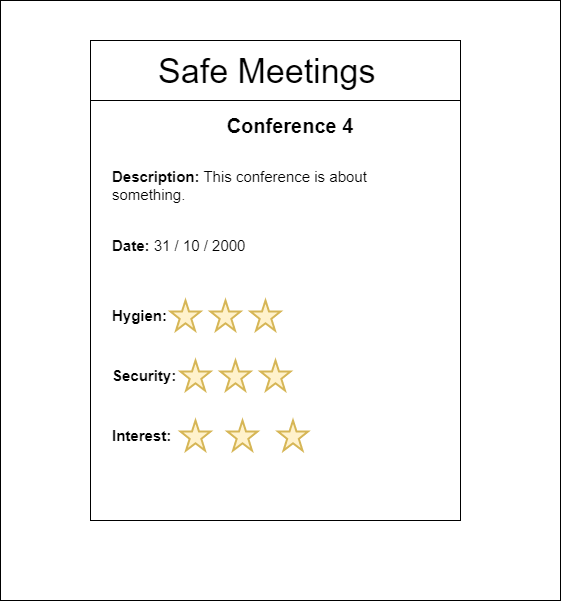
Above: images/mockup_info_screen.png in FEUP-ESOF-2020-21/open-cx-t2g2-teamnamenotfound (draw.io), before the change. Source tidied: cells renumbered, new cells last; positions are measured from the earlier drawing's top-left corner, leaving out a move shared by most shapes.
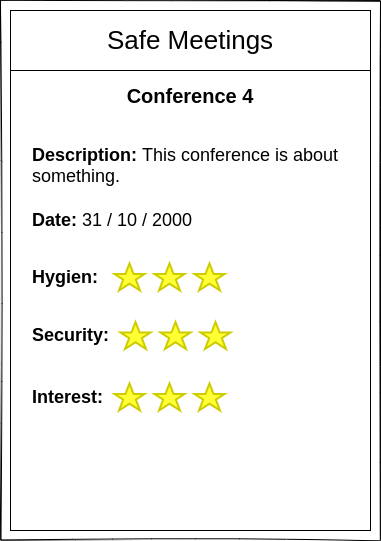
After the commit.

Diff of the diagram source:
```diff
@@ -2,65 +2,59 @@
   <root>
     <mxCell id="0" />
     <mxCell id="1" parent="0" />
-    <mxCell id="2" style="rounded=0;whiteSpace=wrap;html=1;strokeWidth=1;" parent="1" vertex="1">
-      <mxGeometry width="560" height="600" as="geometry" />
-    </mxCell>
-    <mxCell id="3" value="&lt;font style=&quot;font-size: 17px&quot;&gt;&lt;b&gt;Text&lt;/b&gt;&lt;/font&gt;" style="text;html=1;strokeColor=none;fillColor=none;align=center;verticalAlign=middle;whiteSpace=wrap;rounded=0;" parent="1" vertex="1">
-      <mxGeometry x="235" y="110" width="115" height="60" as="geometry" />
-    </mxCell>
-    <mxCell id="4" style="rounded=0;whiteSpace=wrap;html=1;" parent="1" vertex="1">
-      <mxGeometry x="90" y="40" width="370" height="60" as="geometry" />
-    </mxCell>
+    <mxCell id="22" style="rounded=0;whiteSpace=wrap;html=1;shadow=0;labelBackgroundColor=none;sketch=1;strokeColor=#000000;fillColor=#ffffff;fontSize=26;align=center;fontColor=#FFFFFF;" parent="1" vertex="1">
+      <mxGeometry x="-380" y="60" width="380" height="540" as="geometry" />
+    </mxCell>
+    <mxCell id="23" style="rounded=0;whiteSpace=wrap;html=1;verticalAlign=middle;" parent="1" vertex="1">
+      <mxGeometry x="-370" y="70" width="360" height="520" as="geometry" />
+    </mxCell>
-    <mxCell id="5" value="&lt;div&gt;&lt;span style=&quot;font-size: 34px&quot;&gt;&amp;nbsp; &amp;nbsp; &amp;nbsp; &amp;nbsp;Safe Meetings&lt;/span&gt;&lt;/div&gt;" style="text;html=1;strokeColor=none;fillColor=none;align=left;verticalAlign=middle;whiteSpace=wrap;rounded=0;strokeWidth=2;" parent="1" vertex="1">
-      <mxGeometry x="90" y="40" width="370" height="60" as="geometry" />
+    <mxCell id="5" value="Safe Meetings" style="rounded=0;whiteSpace=wrap;html=1;fontSize=26;" parent="1" vertex="1">
+      <mxGeometry x="-370" y="70" width="360" height="60" as="geometry" />
     </mxCell>
-    <mxCell id="6" style="rounded=0;whiteSpace=wrap;html=1;strokeWidth=1;" parent="1" vertex="1">
-      <mxGeometry x="90" y="100" width="370" height="420" as="geometry" />
-    </mxCell>
-    <mxCell id="7" value="&lt;b&gt;&lt;font style=&quot;font-size: 20px&quot;&gt;Conference 4&lt;/font&gt;&lt;/b&gt;" style="text;html=1;strokeColor=none;fillColor=none;align=center;verticalAlign=middle;whiteSpace=wrap;rounded=0;" parent="1" vertex="1">
-      <mxGeometry x="210" y="110" width="160" height="30" as="geometry" />
+    <mxCell id="7" value="&lt;span style=&quot;font-size: 20px;&quot;&gt;&lt;span style=&quot;font-size: 20px;&quot;&gt;&lt;font style=&quot;font-size: 20px;&quot;&gt;Conference 4&lt;/font&gt;&lt;/span&gt;&lt;/span&gt;" style="text;html=1;strokeColor=none;fillColor=none;align=center;verticalAlign=middle;whiteSpace=wrap;rounded=0;sketch=0;fontSize=20;fontStyle=1;" parent="1" vertex="1">
+      <mxGeometry x="-370" y="130" width="360" height="50" as="geometry" />
     </mxCell>
-    <mxCell id="8" value="&lt;font style=&quot;font-size: 15px&quot;&gt;&lt;b&gt;Description:&lt;/b&gt;&amp;nbsp;This conference is about something.&lt;/font&gt;" style="text;html=1;strokeColor=none;fillColor=none;align=left;verticalAlign=middle;whiteSpace=wrap;rounded=0;" parent="1" vertex="1">
-      <mxGeometry x="110" y="160" width="270" height="50" as="geometry" />
+    <mxCell id="8" value="&lt;font style=&quot;font-size: 18px&quot;&gt;&lt;b&gt;Description: &lt;/b&gt;This conference is about something.&lt;br&gt;&lt;/font&gt;" style="text;html=1;strokeColor=none;fillColor=none;align=left;verticalAlign=middle;whiteSpace=wrap;rounded=0;sketch=0;fontSize=15;" parent="1" vertex="1">
+      <mxGeometry x="-350" y="200" width="320" height="50" as="geometry" />
     </mxCell>
-    <mxCell id="9" value="&lt;font style=&quot;font-size: 15px&quot;&gt;&lt;b&gt;Date:&lt;/b&gt;&amp;nbsp;31 / 10 / 2000&lt;/font&gt;" style="text;html=1;strokeColor=none;fillColor=none;align=left;verticalAlign=middle;whiteSpace=wrap;rounded=0;" parent="1" vertex="1">
-      <mxGeometry x="110" y="220" width="270" height="50" as="geometry" />
+    <mxCell id="9" value="&lt;font style=&quot;font-size: 18px&quot;&gt;&lt;b&gt;Date: &lt;/b&gt;31 / 10 / 2000&lt;br&gt;&lt;/font&gt;" style="text;html=1;strokeColor=none;fillColor=none;align=left;verticalAlign=middle;whiteSpace=wrap;rounded=0;sketch=0;fontSize=15;" parent="1" vertex="1">
+      <mxGeometry x="-350" y="270" width="320" height="20" as="geometry" />
     </mxCell>
-    <mxCell id="10" value="&lt;font style=&quot;font-size: 15px&quot;&gt;&lt;b&gt;Hygien:&lt;/b&gt;&amp;nbsp;&lt;/font&gt;" style="text;html=1;strokeColor=none;fillColor=none;align=left;verticalAlign=middle;whiteSpace=wrap;rounded=0;" parent="1" vertex="1">
-      <mxGeometry x="110" y="290" width="270" height="50" as="geometry" />
+    <mxCell id="10" value="&lt;font style=&quot;font-size: 18px&quot;&gt;&lt;b&gt;Hygien:&amp;nbsp;&lt;/b&gt;&lt;br&gt;&lt;/font&gt;" style="text;html=1;strokeColor=none;fillColor=none;align=left;verticalAlign=middle;whiteSpace=wrap;rounded=0;sketch=0;fontSize=15;" parent="1" vertex="1">
+      <mxGeometry x="-350" y="311.5" width="320" height="50" as="geometry" />
     </mxCell>
+    <mxCell id="24" style="html=1;verticalLabelPosition=bottom;align=center;labelBackgroundColor=#ffffff;verticalAlign=top;strokeWidth=2;shadow=0;dashed=0;shape=mxgraph.ios7.icons.star;sketch=0;fontSize=20;fillColor=#FFFF33;strokeColor=#CCCC00;" parent="1" vertex="1">
+      <mxGeometry x="-186" y="323" width="30" height="27" as="geometry" />
+    </mxCell>
+    <mxCell id="25" style="html=1;verticalLabelPosition=bottom;align=center;labelBackgroundColor=#ffffff;verticalAlign=top;strokeWidth=2;shadow=0;dashed=0;shape=mxgraph.ios7.icons.star;sketch=0;fontSize=20;fillColor=#FFFF33;strokeColor=#CCCC00;" parent="1" vertex="1">
+      <mxGeometry x="-226" y="323" width="30" height="27" as="geometry" />
+    </mxCell>
+    <mxCell id="26" style="html=1;verticalLabelPosition=bottom;align=center;labelBackgroundColor=#ffffff;verticalAlign=top;strokeWidth=2;shadow=0;dashed=0;shape=mxgraph.ios7.icons.star;sketch=0;fontSize=20;fillColor=#FFFF33;strokeColor=#CCCC00;" parent="1" vertex="1">
+      <mxGeometry x="-266" y="323" width="30" height="27" as="geometry" />
+    </mxCell>
-    <mxCell id="11" value="&lt;b&gt;&lt;font style=&quot;font-size: 15px&quot;&gt;Security:&lt;/font&gt;&lt;/b&gt;" style="text;html=1;strokeColor=none;fillColor=none;align=left;verticalAlign=middle;whiteSpace=wrap;rounded=0;" parent="1" vertex="1">
-      <mxGeometry x="110" y="350" width="270" height="50" as="geometry" />
+    <mxCell id="11" value="&lt;font style=&quot;font-size: 18px&quot;&gt;&lt;b&gt;Security:&amp;nbsp;&lt;/b&gt;&lt;br&gt;&lt;/font&gt;" style="text;html=1;strokeColor=none;fillColor=none;align=left;verticalAlign=middle;whiteSpace=wrap;rounded=0;sketch=0;fontSize=15;" parent="1" vertex="1">
+      <mxGeometry x="-350" y="370" width="320" height="50" as="geometry" />
     </mxCell>
-    <mxCell id="12" value="&lt;b&gt;&lt;font style=&quot;font-size: 15px&quot;&gt;Interest:&lt;/font&gt;&lt;/b&gt;" style="text;html=1;strokeColor=none;fillColor=none;align=left;verticalAlign=middle;whiteSpace=wrap;rounded=0;" parent="1" vertex="1">
-      <mxGeometry x="110" y="410" width="270" height="50" as="geometry" />
+    <mxCell id="12" value="&lt;font style=&quot;font-size: 18px&quot;&gt;&lt;b&gt;Interest:&amp;nbsp;&lt;/b&gt;&lt;br&gt;&lt;/font&gt;" style="text;html=1;strokeColor=none;fillColor=none;align=left;verticalAlign=middle;whiteSpace=wrap;rounded=0;sketch=0;fontSize=15;" parent="1" vertex="1">
+      <mxGeometry x="-350" y="431.5" width="320" height="50" as="geometry" />
     </mxCell>
-    <mxCell id="13" style="verticalLabelPosition=bottom;verticalAlign=top;html=1;shape=mxgraph.basic.star;strokeWidth=2;fillColor=#fff2cc;strokeColor=#d6b656;" parent="1" vertex="1">
-      <mxGeometry x="170" y="300" width="30" height="30" as="geometry" />
-    </mxCell>
-    <mxCell id="14" style="verticalLabelPosition=bottom;verticalAlign=top;html=1;shape=mxgraph.basic.star;strokeWidth=2;fillColor=#fff2cc;strokeColor=#d6b656;" parent="1" vertex="1">
-      <mxGeometry x="210" y="300" width="30" height="30" as="geometry" />
-    </mxCell>
-    <mxCell id="15" style="verticalLabelPosition=bottom;verticalAlign=top;html=1;shape=mxgraph.basic.star;strokeWidth=2;fillColor=#fff2cc;strokeColor=#d6b656;" parent="1" vertex="1">
-      <mxGeometry x="250" y="300" width="30" height="30" as="geometry" />
-    </mxCell>
-    <mxCell id="16" style="verticalLabelPosition=bottom;verticalAlign=top;html=1;shape=mxgraph.basic.star;strokeWidth=2;fillColor=#fff2cc;strokeColor=#d6b656;" parent="1" vertex="1">
-      <mxGeometry x="180" y="360" width="30" height="30" as="geometry" />
-    </mxCell>
-    <mxCell id="17" style="verticalLabelPosition=bottom;verticalAlign=top;html=1;shape=mxgraph.basic.star;strokeWidth=2;fillColor=#fff2cc;strokeColor=#d6b656;" parent="1" vertex="1">
-      <mxGeometry x="220" y="360" width="30" height="30" as="geometry" />
-    </mxCell>
-    <mxCell id="18" style="verticalLabelPosition=bottom;verticalAlign=top;html=1;shape=mxgraph.basic.star;strokeWidth=2;fillColor=#fff2cc;strokeColor=#d6b656;" parent="1" vertex="1">
-      <mxGeometry x="260" y="360" width="30" height="30" as="geometry" />
-    </mxCell>
-    <mxCell id="19" style="verticalLabelPosition=bottom;verticalAlign=top;html=1;shape=mxgraph.basic.star;strokeWidth=2;fillColor=#fff2cc;strokeColor=#d6b656;" parent="1" vertex="1">
-      <mxGeometry x="180" y="420" width="30" height="30" as="geometry" />
-    </mxCell>
-    <mxCell id="20" style="verticalLabelPosition=bottom;verticalAlign=top;html=1;shape=mxgraph.basic.star;strokeWidth=2;fillColor=#fff2cc;strokeColor=#d6b656;" parent="1" vertex="1">
-      <mxGeometry x="227" y="420" width="30" height="30" as="geometry" />
-    </mxCell>
-    <mxCell id="21" style="verticalLabelPosition=bottom;verticalAlign=top;html=1;shape=mxgraph.basic.star;strokeWidth=2;fillColor=#fff2cc;strokeColor=#d6b656;" parent="1" vertex="1">
-      <mxGeometry x="277.5" y="420" width="30" height="30" as="geometry" />
-    </mxCell>
+    <mxCell id="27" style="html=1;verticalLabelPosition=bottom;align=center;labelBackgroundColor=#ffffff;verticalAlign=top;strokeWidth=2;shadow=0;dashed=0;shape=mxgraph.ios7.icons.star;sketch=0;fontSize=20;fillColor=#FFFF33;strokeColor=#CCCC00;" parent="1" vertex="1">
+      <mxGeometry x="-180" y="381.5" width="30" height="27" as="geometry" />
+    </mxCell>
+    <mxCell id="28" style="html=1;verticalLabelPosition=bottom;align=center;labelBackgroundColor=#ffffff;verticalAlign=top;strokeWidth=2;shadow=0;dashed=0;shape=mxgraph.ios7.icons.star;sketch=0;fontSize=20;fillColor=#FFFF33;strokeColor=#CCCC00;" parent="1" vertex="1">
+      <mxGeometry x="-220" y="381.5" width="30" height="27" as="geometry" />
+    </mxCell>
+    <mxCell id="29" style="html=1;verticalLabelPosition=bottom;align=center;labelBackgroundColor=#ffffff;verticalAlign=top;strokeWidth=2;shadow=0;dashed=0;shape=mxgraph.ios7.icons.star;sketch=0;fontSize=20;fillColor=#FFFF33;strokeColor=#CCCC00;" parent="1" vertex="1">
+      <mxGeometry x="-260" y="381.5" width="30" height="27" as="geometry" />
+    </mxCell>
+    <mxCell id="30" style="html=1;verticalLabelPosition=bottom;align=center;labelBackgroundColor=#ffffff;verticalAlign=top;strokeWidth=2;shadow=0;dashed=0;shape=mxgraph.ios7.icons.star;sketch=0;fontSize=20;fillColor=#FFFF33;strokeColor=#CCCC00;" parent="1" vertex="1">
+      <mxGeometry x="-186" y="443" width="30" height="27" as="geometry" />
+    </mxCell>
+    <mxCell id="31" style="html=1;verticalLabelPosition=bottom;align=center;labelBackgroundColor=#ffffff;verticalAlign=top;strokeWidth=2;shadow=0;dashed=0;shape=mxgraph.ios7.icons.star;sketch=0;fontSize=20;fillColor=#FFFF33;strokeColor=#CCCC00;" parent="1" vertex="1">
+      <mxGeometry x="-226" y="443" width="30" height="27" as="geometry" />
+    </mxCell>
+    <mxCell id="32" style="html=1;verticalLabelPosition=bottom;align=center;labelBackgroundColor=#ffffff;verticalAlign=top;strokeWidth=2;shadow=0;dashed=0;shape=mxgraph.ios7.icons.star;sketch=0;fontSize=20;fillColor=#FFFF33;strokeColor=#CCCC00;" parent="1" vertex="1">
+      <mxGeometry x="-266" y="443" width="30" height="27" as="geometry" />
+    </mxCell>
   </root>
 </mxGraphModel>
```
